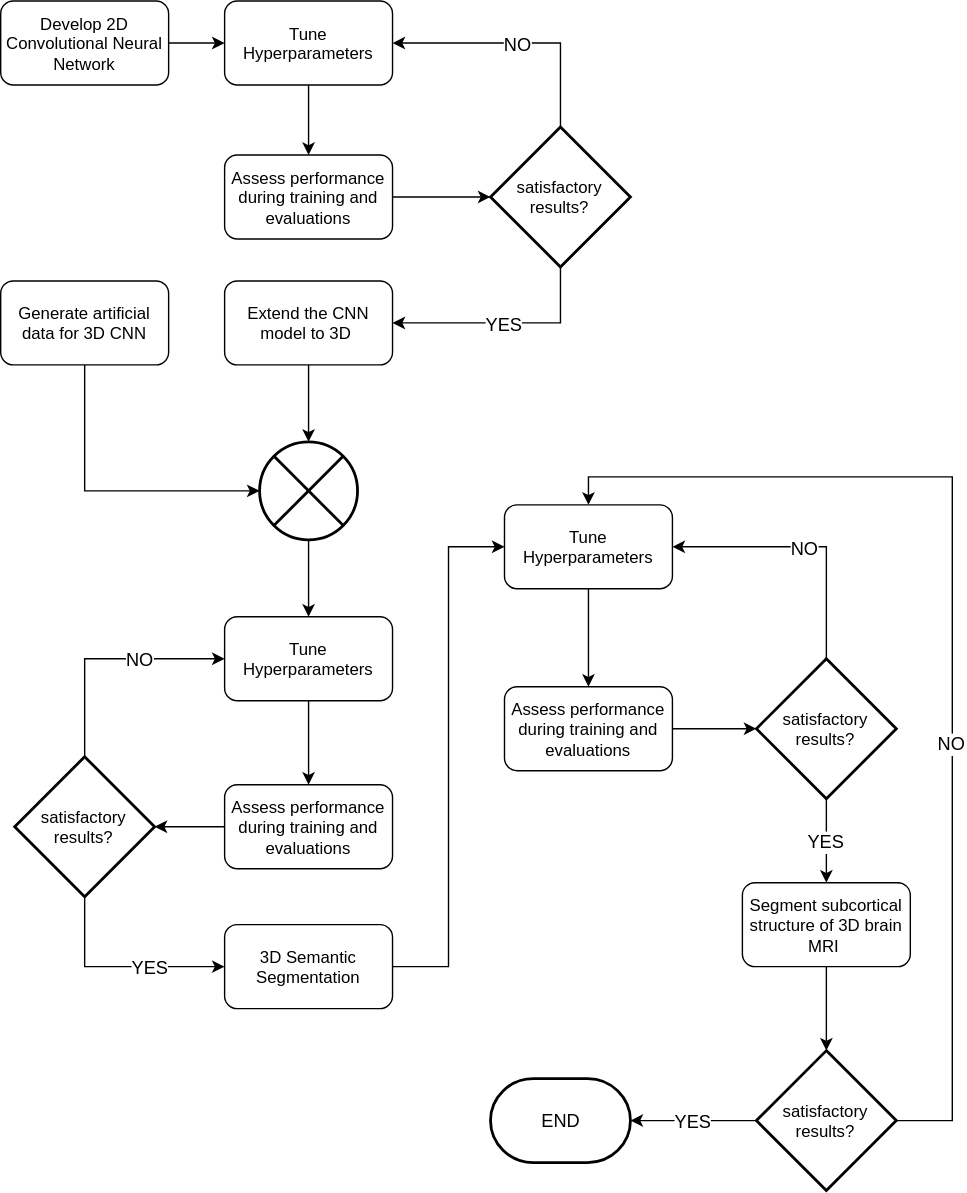
Above: Untitled Diagram.svg in akmalulkhairin/DeepLearning (draw.io), before the change. Source tidied: cells renumbered, new cells last; positions are measured from the earlier drawing's top-left corner, leaving out a move shared by most shapes. The source it was exported from:
```xml
<mxGraphModel background="#ffffff">
  <root>
    <mxCell id="0" />
    <mxCell id="1" parent="0" />
    <mxCell id="2" style="edgeStyle=orthogonalEdgeStyle;rounded=0;html=1;jettySize=auto;" parent="1" edge="1" source="3" target="5">
      <mxGeometry relative="1" as="geometry" />
    </mxCell>
    <mxCell id="3" value="Develop 2D Convolutional Neural Network" style="rounded=1;whiteSpace=wrap;html=1;" parent="1" vertex="1">
      <mxGeometry width="120" height="60" as="geometry" />
    </mxCell>
    <mxCell id="4" style="edgeStyle=orthogonalEdgeStyle;rounded=0;html=1;jettySize=auto;" parent="1" edge="1" source="5" target="7">
      <mxGeometry relative="1" as="geometry" />
    </mxCell>
    <mxCell id="5" value="Tune Hyperparameters" style="rounded=1;whiteSpace=wrap;html=1;" parent="1" vertex="1">
      <mxGeometry x="160" width="120" height="60" as="geometry" />
    </mxCell>
    <mxCell id="6" style="edgeStyle=orthogonalEdgeStyle;rounded=0;html=1;exitX=1;exitY=0.5;entryX=0;entryY=0.5;entryPerimeter=0;jettySize=auto;fontSize=13;" parent="1" edge="1" source="7" target="10">
      <mxGeometry relative="1" as="geometry" />
    </mxCell>
    <mxCell id="7" value="Assess performance during training and evaluations" style="rounded=1;whiteSpace=wrap;html=1;" parent="1" vertex="1">
      <mxGeometry x="160" y="110" width="120" height="60" as="geometry" />
    </mxCell>
    <mxCell id="8" value="YES" style="edgeStyle=orthogonalEdgeStyle;rounded=0;html=1;exitX=0.5;exitY=1;exitPerimeter=0;entryX=1;entryY=0.5;jettySize=auto;fontSize=13;" parent="1" edge="1" source="10" target="16">
      <mxGeometry relative="1" as="geometry" />
    </mxCell>
    <mxCell id="9" value="NO" style="edgeStyle=orthogonalEdgeStyle;rounded=0;html=1;exitX=0.5;exitY=0;exitPerimeter=0;entryX=1;entryY=0.5;jettySize=auto;fontSize=13;" parent="1" edge="1" source="10" target="5">
      <mxGeometry relative="1" as="geometry" />
    </mxCell>
    <mxCell id="10" value="satisfactory results?" style="strokeWidth=2;html=1;shape=mxgraph.flowchart.decision;whiteSpace=wrap;" parent="1" vertex="1">
      <mxGeometry x="350" y="90" width="100" height="100" as="geometry" />
    </mxCell>
    <mxCell id="11" style="edgeStyle=orthogonalEdgeStyle;rounded=0;html=1;exitX=0.5;exitY=1;entryX=0;entryY=0.5;entryPerimeter=0;jettySize=auto;fontSize=13;" parent="1" edge="1" source="12" target="14">
      <mxGeometry relative="1" as="geometry" />
    </mxCell>
    <mxCell id="12" value="Generate artificial data for 3D CNN" style="rounded=1;whiteSpace=wrap;html=1;" parent="1" vertex="1">
      <mxGeometry y="200" width="120" height="60" as="geometry" />
    </mxCell>
    <mxCell id="13" style="edgeStyle=orthogonalEdgeStyle;rounded=0;html=1;exitX=0.5;exitY=1;exitPerimeter=0;entryX=0.5;entryY=0;jettySize=auto;fontSize=13;" parent="1" edge="1" source="14" target="18">
      <mxGeometry relative="1" as="geometry" />
    </mxCell>
    <mxCell id="14" style="verticalLabelPosition=bottom;verticalAlign=top;html=1;strokeWidth=2;shape=mxgraph.flowchart.or;fontSize=13;" parent="1" vertex="1">
      <mxGeometry x="185" y="315" width="70" height="70" as="geometry" />
    </mxCell>
    <mxCell id="15" style="edgeStyle=orthogonalEdgeStyle;rounded=0;html=1;exitX=0.5;exitY=1;entryX=0.5;entryY=0;entryPerimeter=0;jettySize=auto;fontSize=13;" parent="1" edge="1" source="16" target="14">
      <mxGeometry relative="1" as="geometry" />
    </mxCell>
    <mxCell id="16" value="Extend the CNN model to 3D&amp;nbsp;" style="rounded=1;whiteSpace=wrap;html=1;" parent="1" vertex="1">
      <mxGeometry x="160" y="200" width="120" height="60" as="geometry" />
    </mxCell>
    <mxCell id="17" style="edgeStyle=orthogonalEdgeStyle;rounded=0;html=1;exitX=0.5;exitY=1;entryX=0.5;entryY=0;jettySize=auto;fontSize=13;" parent="1" edge="1" source="18" target="23">
      <mxGeometry relative="1" as="geometry" />
    </mxCell>
    <mxCell id="18" value="Tune Hyperparameters" style="rounded=1;whiteSpace=wrap;html=1;" parent="1" vertex="1">
      <mxGeometry x="160" y="440" width="120" height="60" as="geometry" />
    </mxCell>
    <mxCell id="19" value="NO" style="edgeStyle=orthogonalEdgeStyle;rounded=0;html=1;exitX=0.5;exitY=0;exitPerimeter=0;entryX=0;entryY=0.5;jettySize=auto;fontSize=13;" parent="1" edge="1" source="21" target="18">
      <mxGeometry x="0.29" relative="1" as="geometry" />
    </mxCell>
    <mxCell id="20" value="YES" style="edgeStyle=orthogonalEdgeStyle;rounded=0;html=1;exitX=0.5;exitY=1;exitPerimeter=0;entryX=0;entryY=0.5;jettySize=auto;fontSize=13;" parent="1" edge="1" source="21" target="25">
      <mxGeometry x="0.29" relative="1" as="geometry">
        <Array as="points">
          <mxPoint x="60" y="690" />
        </Array>
      </mxGeometry>
    </mxCell>
    <mxCell id="21" value="satisfactory results?" style="strokeWidth=2;html=1;shape=mxgraph.flowchart.decision;whiteSpace=wrap;" parent="1" vertex="1">
      <mxGeometry x="10" y="540" width="100" height="100" as="geometry" />
    </mxCell>
    <mxCell id="22" style="edgeStyle=orthogonalEdgeStyle;rounded=0;html=1;exitX=0;exitY=0.5;entryX=1;entryY=0.5;entryPerimeter=0;jettySize=auto;fontSize=13;" parent="1" edge="1" source="23" target="21">
      <mxGeometry relative="1" as="geometry" />
    </mxCell>
    <mxCell id="23" value="Assess performance during training and evaluations" style="rounded=1;whiteSpace=wrap;html=1;" parent="1" vertex="1">
      <mxGeometry x="160" y="560" width="120" height="60" as="geometry" />
    </mxCell>
    <mxCell id="24" style="edgeStyle=orthogonalEdgeStyle;rounded=0;html=1;exitX=1;exitY=0.5;jettySize=auto;fontSize=13;entryX=0;entryY=0.5;" parent="1" edge="1" source="25" target="27">
      <mxGeometry relative="1" as="geometry" />
    </mxCell>
    <mxCell id="25" value="3D Semantic Segmentation" style="rounded=1;whiteSpace=wrap;html=1;" parent="1" vertex="1">
      <mxGeometry x="160" y="660" width="120" height="60" as="geometry" />
    </mxCell>
    <mxCell id="26" style="edgeStyle=orthogonalEdgeStyle;rounded=0;html=1;exitX=0.5;exitY=1;entryX=0.5;entryY=0;jettySize=auto;fontSize=13;" parent="1" edge="1" source="27" target="29">
      <mxGeometry relative="1" as="geometry" />
    </mxCell>
    <mxCell id="27" value="Tune Hyperparameters" style="rounded=1;whiteSpace=wrap;html=1;" parent="1" vertex="1">
      <mxGeometry x="360" y="360" width="120" height="60" as="geometry" />
    </mxCell>
    <mxCell id="28" style="edgeStyle=orthogonalEdgeStyle;rounded=0;html=1;exitX=1;exitY=0.5;entryX=0;entryY=0.5;entryPerimeter=0;jettySize=auto;fontSize=13;" parent="1" edge="1" source="29" target="32">
      <mxGeometry relative="1" as="geometry" />
    </mxCell>
    <mxCell id="29" value="Assess performance during training and evaluations" style="rounded=1;whiteSpace=wrap;html=1;" parent="1" vertex="1">
      <mxGeometry x="360" y="490" width="120" height="60" as="geometry" />
    </mxCell>
    <mxCell id="30" value="NO" style="edgeStyle=orthogonalEdgeStyle;rounded=0;html=1;exitX=0.5;exitY=0;exitPerimeter=0;entryX=1;entryY=0.5;jettySize=auto;fontSize=13;" parent="1" edge="1" source="32" target="27">
      <mxGeometry relative="1" as="geometry" />
    </mxCell>
    <mxCell id="31" value="YES" style="edgeStyle=orthogonalEdgeStyle;rounded=0;html=1;exitX=0.5;exitY=1;exitPerimeter=0;entryX=0.5;entryY=0;jettySize=auto;fontSize=13;" parent="1" edge="1" source="32" target="35">
      <mxGeometry relative="1" as="geometry" />
    </mxCell>
    <mxCell id="32" value="satisfactory results?" style="strokeWidth=2;html=1;shape=mxgraph.flowchart.decision;whiteSpace=wrap;" parent="1" vertex="1">
      <mxGeometry x="540" y="470" width="100" height="100" as="geometry" />
    </mxCell>
    <mxCell id="33" value="END" style="strokeWidth=2;html=1;shape=mxgraph.flowchart.terminator;whiteSpace=wrap;fontSize=13;" parent="1" vertex="1">
      <mxGeometry x="350" y="770" width="100" height="60" as="geometry" />
    </mxCell>
    <mxCell id="34" style="edgeStyle=orthogonalEdgeStyle;rounded=0;html=1;jettySize=auto;fontSize=13;" parent="1" edge="1" source="35">
      <mxGeometry relative="1" as="geometry">
        <mxPoint x="590" y="750" as="targetPoint" />
      </mxGeometry>
    </mxCell>
    <mxCell id="35" value="Segment subcortical structure of 3D brain MRI&amp;nbsp;" style="rounded=1;whiteSpace=wrap;html=1;" parent="1" vertex="1">
      <mxGeometry x="530" y="630" width="120" height="60" as="geometry" />
    </mxCell>
    <mxCell id="36" value="YES" style="edgeStyle=orthogonalEdgeStyle;rounded=0;html=1;exitX=0;exitY=0.5;exitPerimeter=0;entryX=1;entryY=0.5;entryPerimeter=0;jettySize=auto;fontSize=13;" parent="1" edge="1" source="38" target="33">
      <mxGeometry relative="1" as="geometry" />
    </mxCell>
    <mxCell id="37" value="NO" style="edgeStyle=orthogonalEdgeStyle;rounded=0;html=1;exitX=1;exitY=0.5;exitPerimeter=0;jettySize=auto;fontSize=13;entryX=0.5;entryY=0;" parent="1" edge="1" source="38" target="27">
      <mxGeometry x="-0.21" relative="1" as="geometry">
        <Array as="points">
          <mxPoint x="680" y="800" />
          <mxPoint x="680" y="340" />
          <mxPoint x="420" y="340" />
        </Array>
      </mxGeometry>
    </mxCell>
    <mxCell id="38" value="satisfactory results?" style="strokeWidth=2;html=1;shape=mxgraph.flowchart.decision;whiteSpace=wrap;" parent="1" vertex="1">
      <mxGeometry x="540" y="750" width="100" height="100" as="geometry" />
    </mxCell>
  </root>
</mxGraphModel>
```
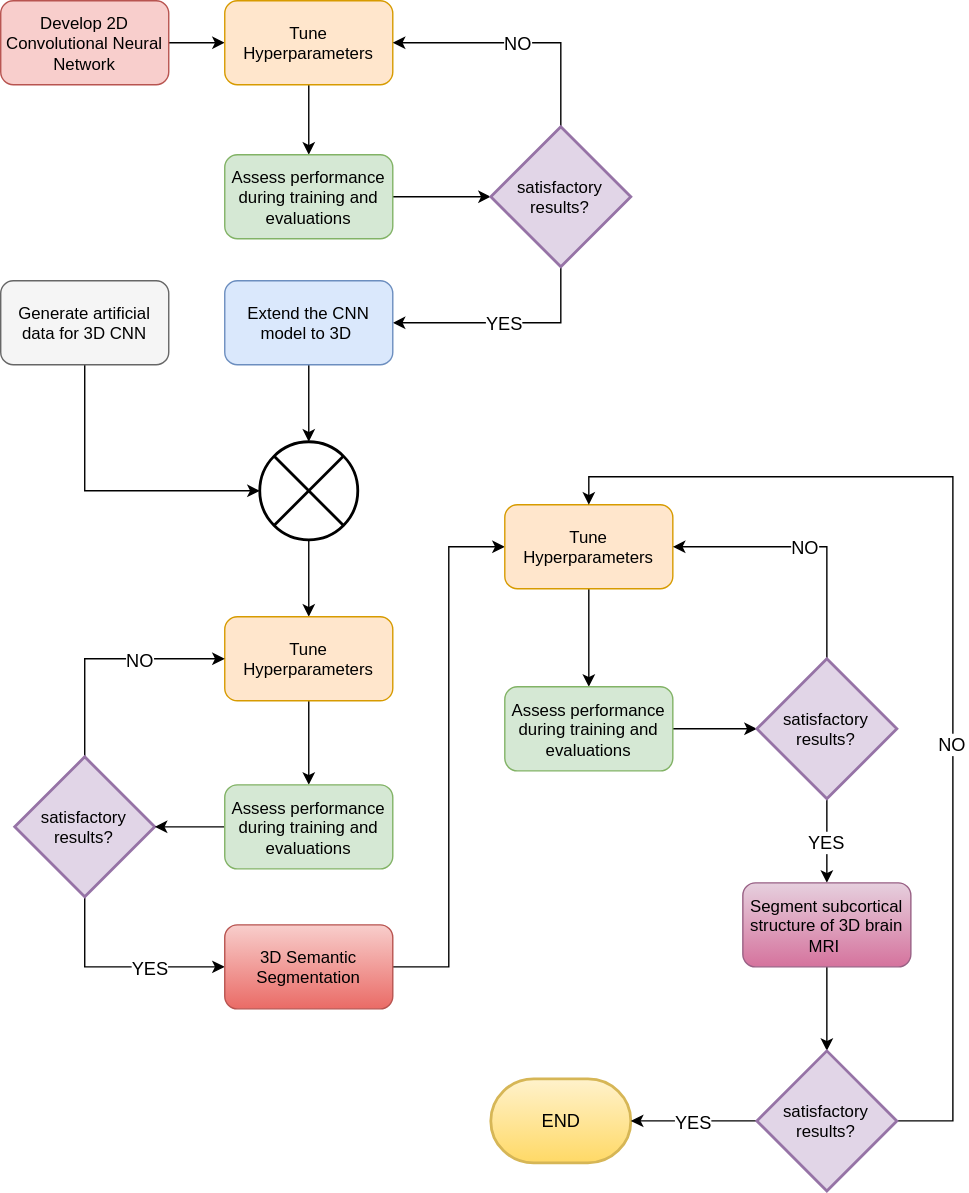
Later version of the same file.

Diff of the diagram source:
```diff
@@ -5,19 +5,19 @@
     <mxCell id="2" style="edgeStyle=orthogonalEdgeStyle;rounded=0;html=1;jettySize=auto;" parent="1" edge="1" source="3" target="5">
       <mxGeometry relative="1" as="geometry" />
     </mxCell>
-    <mxCell id="3" value="Develop 2D Convolutional Neural Network" style="rounded=1;whiteSpace=wrap;html=1;" parent="1" vertex="1">
+    <mxCell id="3" value="Develop 2D Convolutional Neural Network" style="rounded=1;whiteSpace=wrap;html=1;fillColor=#f8cecc;strokeColor=#b85450;" parent="1" vertex="1">
       <mxGeometry width="120" height="60" as="geometry" />
     </mxCell>
     <mxCell id="4" style="edgeStyle=orthogonalEdgeStyle;rounded=0;html=1;jettySize=auto;" parent="1" edge="1" source="5" target="7">
       <mxGeometry relative="1" as="geometry" />
     </mxCell>
-    <mxCell id="5" value="Tune Hyperparameters" style="rounded=1;whiteSpace=wrap;html=1;" parent="1" vertex="1">
+    <mxCell id="5" value="Tune Hyperparameters" style="rounded=1;whiteSpace=wrap;html=1;fillColor=#ffe6cc;strokeColor=#d79b00;" parent="1" vertex="1">
       <mxGeometry x="160" width="120" height="60" as="geometry" />
     </mxCell>
     <mxCell id="6" style="edgeStyle=orthogonalEdgeStyle;rounded=0;html=1;exitX=1;exitY=0.5;entryX=0;entryY=0.5;entryPerimeter=0;jettySize=auto;fontSize=13;" parent="1" edge="1" source="7" target="10">
       <mxGeometry relative="1" as="geometry" />
     </mxCell>
-    <mxCell id="7" value="Assess performance during training and evaluations" style="rounded=1;whiteSpace=wrap;html=1;" parent="1" vertex="1">
+    <mxCell id="7" value="Assess performance during training and evaluations" style="rounded=1;whiteSpace=wrap;html=1;fillColor=#d5e8d4;strokeColor=#82b366;" parent="1" vertex="1">
       <mxGeometry x="160" y="110" width="120" height="60" as="geometry" />
     </mxCell>
     <mxCell id="8" value="YES" style="edgeStyle=orthogonalEdgeStyle;rounded=0;html=1;exitX=0.5;exitY=1;exitPerimeter=0;entryX=1;entryY=0.5;jettySize=auto;fontSize=13;" parent="1" edge="1" source="10" target="16">
@@ -26,13 +26,13 @@
     <mxCell id="9" value="NO" style="edgeStyle=orthogonalEdgeStyle;rounded=0;html=1;exitX=0.5;exitY=0;exitPerimeter=0;entryX=1;entryY=0.5;jettySize=auto;fontSize=13;" parent="1" edge="1" source="10" target="5">
       <mxGeometry relative="1" as="geometry" />
     </mxCell>
-    <mxCell id="10" value="satisfactory results?" style="strokeWidth=2;html=1;shape=mxgraph.flowchart.decision;whiteSpace=wrap;" parent="1" vertex="1">
+    <mxCell id="10" value="satisfactory results?" style="strokeWidth=2;html=1;shape=mxgraph.flowchart.decision;whiteSpace=wrap;fillColor=#e1d5e7;strokeColor=#9673a6;" parent="1" vertex="1">
       <mxGeometry x="350" y="90" width="100" height="100" as="geometry" />
     </mxCell>
     <mxCell id="11" style="edgeStyle=orthogonalEdgeStyle;rounded=0;html=1;exitX=0.5;exitY=1;entryX=0;entryY=0.5;entryPerimeter=0;jettySize=auto;fontSize=13;" parent="1" edge="1" source="12" target="14">
       <mxGeometry relative="1" as="geometry" />
     </mxCell>
-    <mxCell id="12" value="Generate artificial data for 3D CNN" style="rounded=1;whiteSpace=wrap;html=1;" parent="1" vertex="1">
+    <mxCell id="12" value="Generate artificial data for 3D CNN" style="rounded=1;whiteSpace=wrap;html=1;fillColor=#f5f5f5;strokeColor=#666666;" parent="1" vertex="1">
       <mxGeometry y="200" width="120" height="60" as="geometry" />
     </mxCell>
     <mxCell id="13" style="edgeStyle=orthogonalEdgeStyle;rounded=0;html=1;exitX=0.5;exitY=1;exitPerimeter=0;entryX=0.5;entryY=0;jettySize=auto;fontSize=13;" parent="1" edge="1" source="14" target="18">
@@ -44,13 +44,13 @@
     <mxCell id="15" style="edgeStyle=orthogonalEdgeStyle;rounded=0;html=1;exitX=0.5;exitY=1;entryX=0.5;entryY=0;entryPerimeter=0;jettySize=auto;fontSize=13;" parent="1" edge="1" source="16" target="14">
       <mxGeometry relative="1" as="geometry" />
     </mxCell>
-    <mxCell id="16" value="Extend the CNN model to 3D&amp;nbsp;" style="rounded=1;whiteSpace=wrap;html=1;" parent="1" vertex="1">
+    <mxCell id="16" value="Extend the CNN model to 3D&amp;nbsp;" style="rounded=1;whiteSpace=wrap;html=1;fillColor=#dae8fc;strokeColor=#6c8ebf;" parent="1" vertex="1">
       <mxGeometry x="160" y="200" width="120" height="60" as="geometry" />
     </mxCell>
     <mxCell id="17" style="edgeStyle=orthogonalEdgeStyle;rounded=0;html=1;exitX=0.5;exitY=1;entryX=0.5;entryY=0;jettySize=auto;fontSize=13;" parent="1" edge="1" source="18" target="23">
       <mxGeometry relative="1" as="geometry" />
     </mxCell>
-    <mxCell id="18" value="Tune Hyperparameters" style="rounded=1;whiteSpace=wrap;html=1;" parent="1" vertex="1">
+    <mxCell id="18" value="Tune Hyperparameters" style="rounded=1;whiteSpace=wrap;html=1;fillColor=#ffe6cc;strokeColor=#d79b00;" parent="1" vertex="1">
       <mxGeometry x="160" y="440" width="120" height="60" as="geometry" />
     </mxCell>
     <mxCell id="19" value="NO" style="edgeStyle=orthogonalEdgeStyle;rounded=0;html=1;exitX=0.5;exitY=0;exitPerimeter=0;entryX=0;entryY=0.5;jettySize=auto;fontSize=13;" parent="1" edge="1" source="21" target="18">
@@ -63,31 +63,31 @@
         </Array>
       </mxGeometry>
     </mxCell>
-    <mxCell id="21" value="satisfactory results?" style="strokeWidth=2;html=1;shape=mxgraph.flowchart.decision;whiteSpace=wrap;" parent="1" vertex="1">
+    <mxCell id="21" value="satisfactory results?" style="strokeWidth=2;html=1;shape=mxgraph.flowchart.decision;whiteSpace=wrap;fillColor=#e1d5e7;strokeColor=#9673a6;" parent="1" vertex="1">
       <mxGeometry x="10" y="540" width="100" height="100" as="geometry" />
     </mxCell>
     <mxCell id="22" style="edgeStyle=orthogonalEdgeStyle;rounded=0;html=1;exitX=0;exitY=0.5;entryX=1;entryY=0.5;entryPerimeter=0;jettySize=auto;fontSize=13;" parent="1" edge="1" source="23" target="21">
       <mxGeometry relative="1" as="geometry" />
     </mxCell>
-    <mxCell id="23" value="Assess performance during training and evaluations" style="rounded=1;whiteSpace=wrap;html=1;" parent="1" vertex="1">
+    <mxCell id="23" value="Assess performance during training and evaluations" style="rounded=1;whiteSpace=wrap;html=1;fillColor=#d5e8d4;strokeColor=#82b366;" parent="1" vertex="1">
       <mxGeometry x="160" y="560" width="120" height="60" as="geometry" />
     </mxCell>
     <mxCell id="24" style="edgeStyle=orthogonalEdgeStyle;rounded=0;html=1;exitX=1;exitY=0.5;jettySize=auto;fontSize=13;entryX=0;entryY=0.5;" parent="1" edge="1" source="25" target="27">
       <mxGeometry relative="1" as="geometry" />
     </mxCell>
-    <mxCell id="25" value="3D Semantic Segmentation" style="rounded=1;whiteSpace=wrap;html=1;" parent="1" vertex="1">
+    <mxCell id="25" value="3D Semantic Segmentation" style="rounded=1;whiteSpace=wrap;html=1;fillColor=#f8cecc;strokeColor=#b85450;gradientColor=#ea6b66;" parent="1" vertex="1">
       <mxGeometry x="160" y="660" width="120" height="60" as="geometry" />
     </mxCell>
     <mxCell id="26" style="edgeStyle=orthogonalEdgeStyle;rounded=0;html=1;exitX=0.5;exitY=1;entryX=0.5;entryY=0;jettySize=auto;fontSize=13;" parent="1" edge="1" source="27" target="29">
       <mxGeometry relative="1" as="geometry" />
     </mxCell>
-    <mxCell id="27" value="Tune Hyperparameters" style="rounded=1;whiteSpace=wrap;html=1;" parent="1" vertex="1">
+    <mxCell id="27" value="Tune Hyperparameters" style="rounded=1;whiteSpace=wrap;html=1;fillColor=#ffe6cc;strokeColor=#d79b00;" parent="1" vertex="1">
       <mxGeometry x="360" y="360" width="120" height="60" as="geometry" />
     </mxCell>
     <mxCell id="28" style="edgeStyle=orthogonalEdgeStyle;rounded=0;html=1;exitX=1;exitY=0.5;entryX=0;entryY=0.5;entryPerimeter=0;jettySize=auto;fontSize=13;" parent="1" edge="1" source="29" target="32">
       <mxGeometry relative="1" as="geometry" />
     </mxCell>
-    <mxCell id="29" value="Assess performance during training and evaluations" style="rounded=1;whiteSpace=wrap;html=1;" parent="1" vertex="1">
+    <mxCell id="29" value="Assess performance during training and evaluations" style="rounded=1;whiteSpace=wrap;html=1;fillColor=#d5e8d4;strokeColor=#82b366;" parent="1" vertex="1">
       <mxGeometry x="360" y="490" width="120" height="60" as="geometry" />
     </mxCell>
     <mxCell id="30" value="NO" style="edgeStyle=orthogonalEdgeStyle;rounded=0;html=1;exitX=0.5;exitY=0;exitPerimeter=0;entryX=1;entryY=0.5;jettySize=auto;fontSize=13;" parent="1" edge="1" source="32" target="27">
@@ -96,10 +96,10 @@
     <mxCell id="31" value="YES" style="edgeStyle=orthogonalEdgeStyle;rounded=0;html=1;exitX=0.5;exitY=1;exitPerimeter=0;entryX=0.5;entryY=0;jettySize=auto;fontSize=13;" parent="1" edge="1" source="32" target="35">
       <mxGeometry relative="1" as="geometry" />
     </mxCell>
-    <mxCell id="32" value="satisfactory results?" style="strokeWidth=2;html=1;shape=mxgraph.flowchart.decision;whiteSpace=wrap;" parent="1" vertex="1">
+    <mxCell id="32" value="satisfactory results?" style="strokeWidth=2;html=1;shape=mxgraph.flowchart.decision;whiteSpace=wrap;fillColor=#e1d5e7;strokeColor=#9673a6;" parent="1" vertex="1">
       <mxGeometry x="540" y="470" width="100" height="100" as="geometry" />
     </mxCell>
-    <mxCell id="33" value="END" style="strokeWidth=2;html=1;shape=mxgraph.flowchart.terminator;whiteSpace=wrap;fontSize=13;" parent="1" vertex="1">
+    <mxCell id="33" value="END" style="strokeWidth=2;html=1;shape=mxgraph.flowchart.terminator;whiteSpace=wrap;fontSize=13;fillColor=#fff2cc;strokeColor=#d6b656;gradientColor=#ffd966;" parent="1" vertex="1">
       <mxGeometry x="350" y="770" width="100" height="60" as="geometry" />
     </mxCell>
     <mxCell id="34" style="edgeStyle=orthogonalEdgeStyle;rounded=0;html=1;jettySize=auto;fontSize=13;" parent="1" edge="1" source="35">
@@ -107,7 +107,7 @@
         <mxPoint x="590" y="750" as="targetPoint" />
       </mxGeometry>
     </mxCell>
-    <mxCell id="35" value="Segment subcortical structure of 3D brain MRI&amp;nbsp;" style="rounded=1;whiteSpace=wrap;html=1;" parent="1" vertex="1">
+    <mxCell id="35" value="Segment subcortical structure of 3D brain MRI&amp;nbsp;" style="rounded=1;whiteSpace=wrap;html=1;fillColor=#e6d0de;strokeColor=#996185;gradientColor=#d5739d;" parent="1" vertex="1">
       <mxGeometry x="530" y="630" width="120" height="60" as="geometry" />
     </mxCell>
     <mxCell id="36" value="YES" style="edgeStyle=orthogonalEdgeStyle;rounded=0;html=1;exitX=0;exitY=0.5;exitPerimeter=0;entryX=1;entryY=0.5;entryPerimeter=0;jettySize=auto;fontSize=13;" parent="1" edge="1" source="38" target="33">
@@ -122,7 +122,7 @@
         </Array>
       </mxGeometry>
     </mxCell>
-    <mxCell id="38" value="satisfactory results?" style="strokeWidth=2;html=1;shape=mxgraph.flowchart.decision;whiteSpace=wrap;" parent="1" vertex="1">
+    <mxCell id="38" value="satisfactory results?" style="strokeWidth=2;html=1;shape=mxgraph.flowchart.decision;whiteSpace=wrap;fillColor=#e1d5e7;strokeColor=#9673a6;" parent="1" vertex="1">
       <mxGeometry x="540" y="750" width="100" height="100" as="geometry" />
     </mxCell>
   </root>
```
